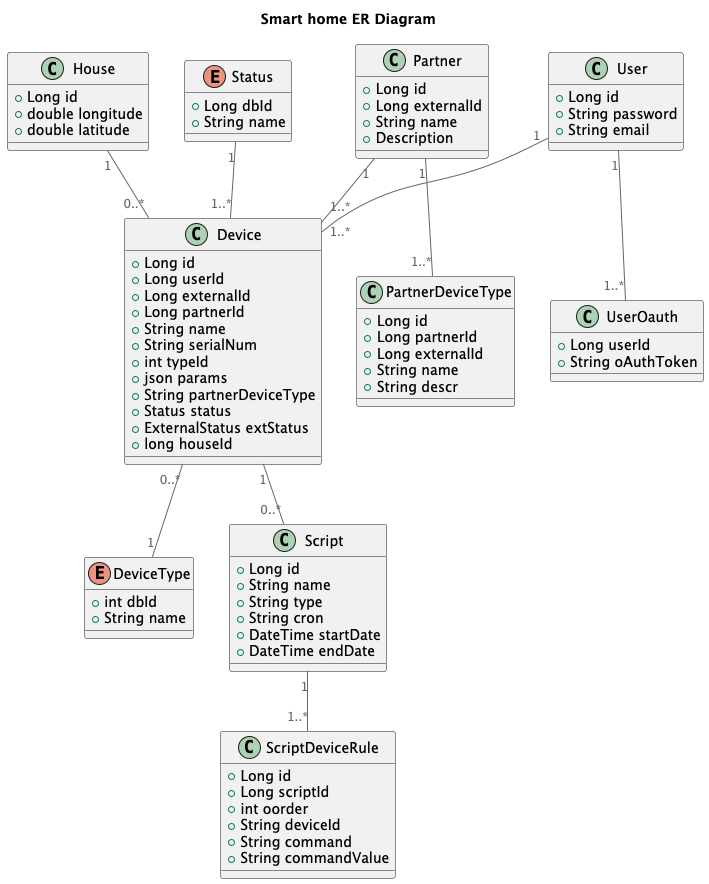
tzaretskaya/architecture-sprint-3 keeps this PlantUML diagram as smart-home-monolith/docs/ER-Smart_home_ER_Diagram.png. Above is the earlier version. Its diagram source:
```plantuml
@startuml
title Smart home ER Diagram

top to bottom direction

!includeurl https://raw.githubusercontent.com/RicardoNiepel/C4-PlantUML/master/C4_Component.puml


class Device {
  +Long id
  +Long userId
  +Long externalId
  +Long partnerId
  +String name
  +String serialNum
  +int typeId
  +json params
  +String partnerDeviceType
  +Status status
  +ExternalStatus extStatus
  +long houseId
}

class House {
  +Long id
  +double longitude
  +double latitude
}

enum Status {
  +Long dbId
  +String name
}

class Partner {
  +Long id
  +Long externalId
  +String name
  +Description
}

class PartnerDeviceType {
  +Long id
  +Long partnerId
  +Long externalId
  +String name
  +String descr
}

enum DeviceType {
  +int dbId
  +String name
}

class Script {
  +Long id
  +String name
  +String type
  +String cron
  +DateTime startDate
  +DateTime endDate
}

class ScriptDeviceRule {
  +Long id
  +Long scriptId
  +int oorder
  +String deviceId
  +String command
  +String commandValue
}

class User {
  +Long id
  +String password
  +String email
}

class UserOauth {
  +Long userId
  +String oAuthToken
}

Device "0..*" -- "1" DeviceType
House "1" -- "0..*" Device
Device "1" -- "0..*" Script
Partner "1" -- "1..*" Device
Partner "1" -- "1..*" PartnerDeviceType
Script "1" -- "1..*" ScriptDeviceRule
User "1" -- "1..*" Device
User "1" -- "1..*" UserOauth
Status "1" -- "1..*" Device
@enduml
```
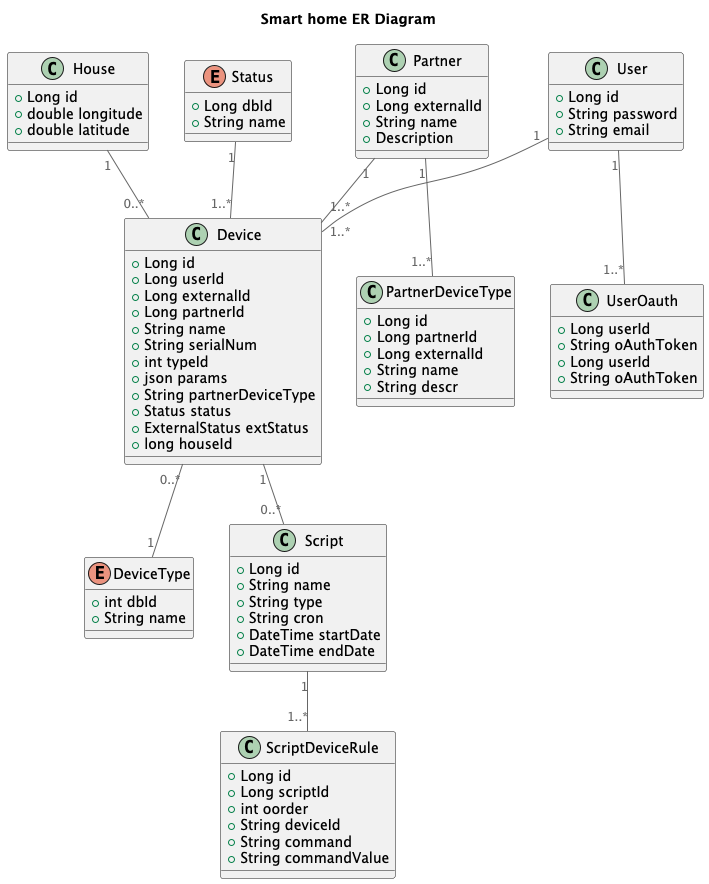
Above is the later version.

What changed in the source:
```diff
@@ -81,6 +81,12 @@
   +String oAuthToken
 }
 
+
+class UserOauth {
+  +Long userId
+  +String oAuthToken
+}
+
 Device "0..*" -- "1" DeviceType
 House "1" -- "0..*" Device
 Device "1" -- "0..*" Script
```
